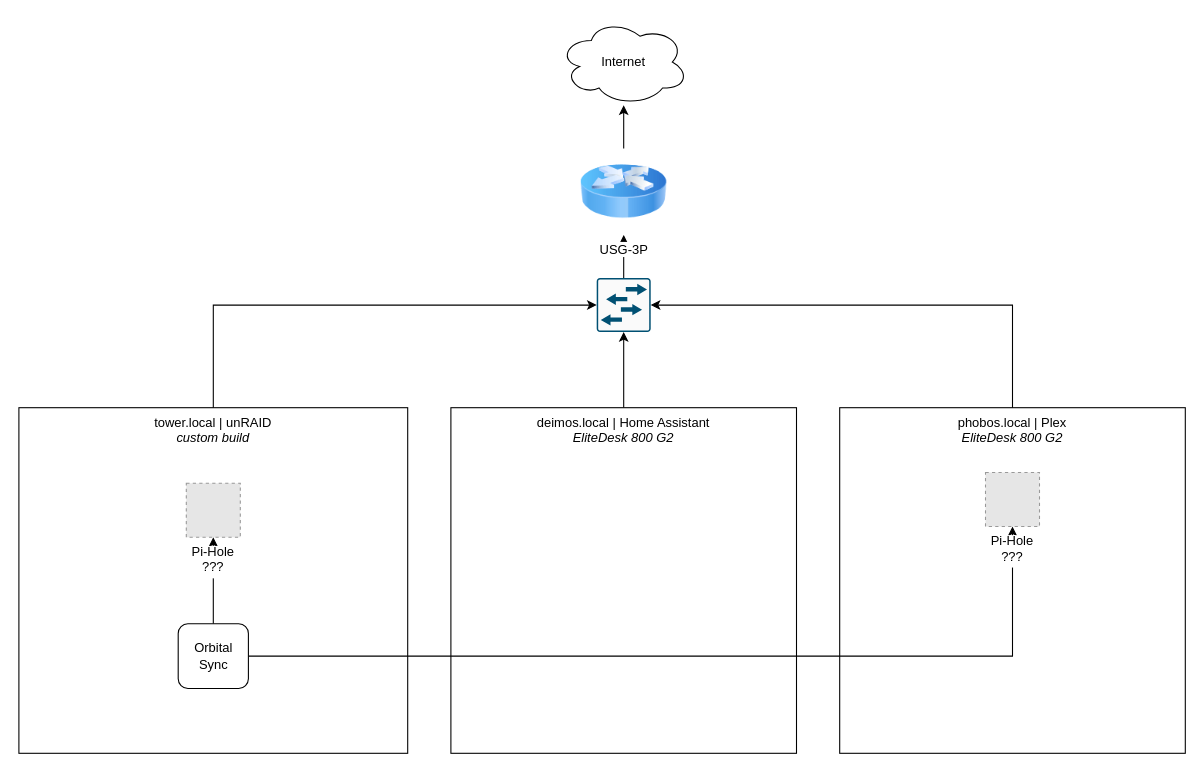
Above: homelab.drawio in thecomalley/homelab (draw.io), before the change. Source tidied: cells renumbered, new cells numbered last; positions are measured from the earlier drawing's top-left corner, leaving out a move shared by most shapes. Both pictures are drawn from the tidied source at 108%, with x=0, y=0 at pixel (18, 18). Pictures stored in the file or linked from it are replaced by grey dashed boxes.
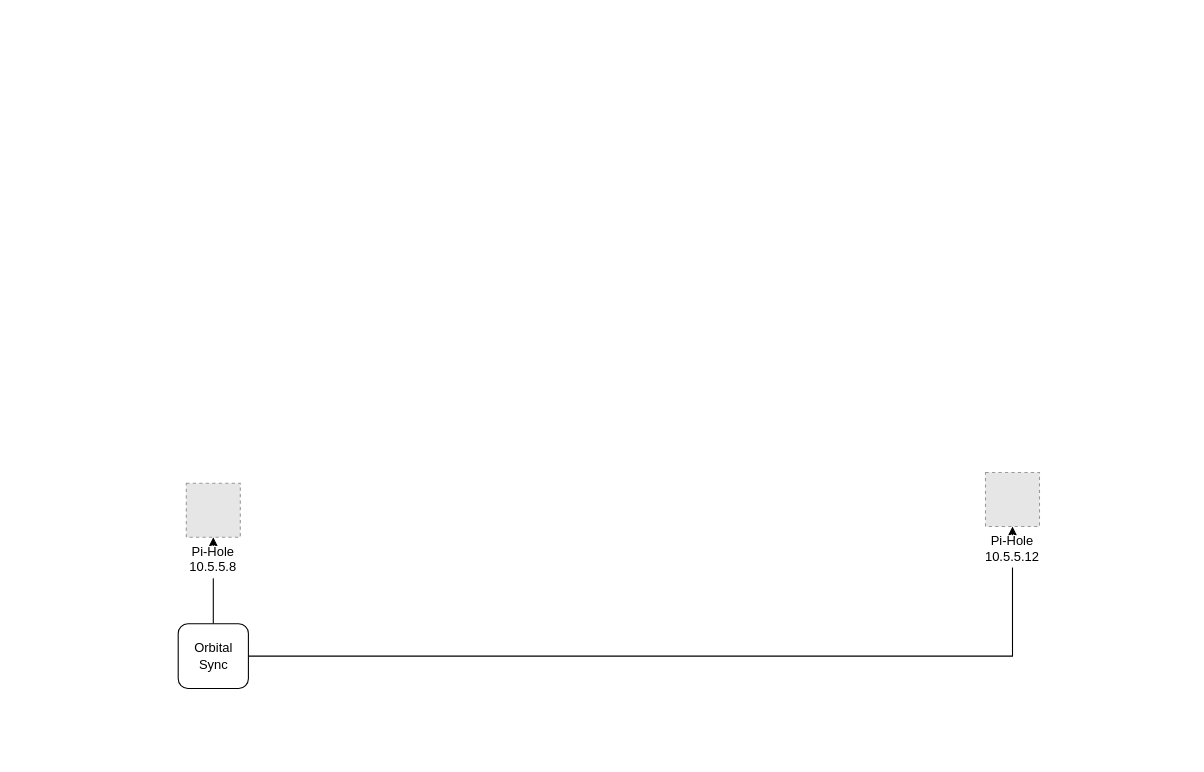
The same page after the edit.

The edit, as a diff of the source:
```diff
@@
-    <mxCell id="2" parent="0" />
-    <mxCell id="3" value="Internet" style="ellipse;shape=cloud;whiteSpace=wrap;html=1;" parent="2" vertex="1">
-      <mxGeometry x="500" width="120" height="80" as="geometry" />
-    </mxCell>
-    <mxCell id="4" value="&lt;div&gt;tower.local | unRAID&lt;br&gt;&lt;/div&gt;&lt;div&gt;&lt;i&gt;custom build&lt;/i&gt;&lt;br&gt;&lt;/div&gt;" style="rounded=0;whiteSpace=wrap;html=1;verticalAlign=top;" parent="2" vertex="1">
-      <mxGeometry y="360" width="360" height="320" as="geometry" />
-    </mxCell>
-    <mxCell id="5" value="&lt;div&gt;phobos.local | Plex&lt;br&gt;&lt;/div&gt;&lt;i&gt;EliteDesk 800 G2&lt;/i&gt;" style="rounded=0;whiteSpace=wrap;html=1;verticalAlign=top;" parent="2" vertex="1">
-      <mxGeometry x="760" y="360" width="320" height="320" as="geometry" />
-    </mxCell>
-    <mxCell id="6" style="edgeStyle=orthogonalEdgeStyle;rounded=0;jettySize=auto;html=1;" parent="2" edge="1" source="7" target="9">
-      <mxGeometry relative="1" as="geometry" />
-    </mxCell>
-    <mxCell id="7" value="&lt;div&gt;deimos.local | Home Assistant&lt;br&gt;&lt;/div&gt;&lt;div&gt;&lt;i&gt;EliteDesk 800 G2&lt;/i&gt;&lt;/div&gt;" style="rounded=0;whiteSpace=wrap;html=1;verticalAlign=top;" parent="2" vertex="1">
-      <mxGeometry x="400" y="360" width="320" height="320" as="geometry" />
-    </mxCell>
-    <mxCell id="8" style="edgeStyle=orthogonalEdgeStyle;rounded=0;jettySize=auto;html=1;" parent="2" edge="1" source="9" target="11">
-      <mxGeometry relative="1" as="geometry" />
-    </mxCell>
-    <mxCell id="9" style="sketch=0;points=[[0.015,0.015,0],[0.985,0.015,0],[0.985,0.985,0],[0.015,0.985,0],[0.25,0,0],[0.5,0,0],[0.75,0,0],[1,0.25,0],[1,0.5,0],[1,0.75,0],[0.75,1,0],[0.5,1,0],[0.25,1,0],[0,0.75,0],[0,0.5,0],[0,0.25,0]];verticalLabelPosition=bottom;html=1;verticalAlign=top;align=center;shape=mxgraph.cisco19.rect;prIcon=l2_switch;fillColor=#FAFAFA;strokeColor=#005073;" parent="2" vertex="1">
-      <mxGeometry x="535" y="240" width="50" height="50" as="geometry" />
-    </mxCell>
-    <mxCell id="10" style="edgeStyle=orthogonalEdgeStyle;rounded=0;jettySize=auto;html=1;" parent="2" edge="1" source="11" target="3">
-      <mxGeometry relative="1" as="geometry" />
-    </mxCell>
-    <mxCell id="11" value="USG-3P" style="image;html=1;image=img/lib/clip_art/networking/Router_Icon_128x128.png;labelBorderColor=none;labelBackgroundColor=default;" parent="2" vertex="1">
-      <mxGeometry x="520" y="120" width="80" height="80" as="geometry" />
-    </mxCell>
-    <mxCell id="12" style="edgeStyle=orthogonalEdgeStyle;rounded=0;jettySize=auto;html=1;entryX=0;entryY=0.5;entryDx=0;entryDy=0;entryPerimeter=0;" parent="2" edge="1" source="4" target="9">
-      <mxGeometry relative="1" as="geometry">
-        <Array as="points">
-          <mxPoint x="180" y="265" />
-        </Array>
-      </mxGeometry>
-    </mxCell>
-    <mxCell id="13" style="edgeStyle=orthogonalEdgeStyle;rounded=0;jettySize=auto;html=1;entryX=1;entryY=0.5;entryDx=0;entryDy=0;entryPerimeter=0;" parent="2" edge="1" source="5" target="9">
-      <mxGeometry relative="1" as="geometry">
-        <Array as="points">
-          <mxPoint x="920" y="265" />
-        </Array>
-      </mxGeometry>
-    </mxCell>
@@
-    <mxCell id="18" value="Pi-Hole&#10;???&#10;" style="fillColor=#E6E6E6;strokeColor=#999999;dashed=1;verticalLabelPosition=bottom;labelBackgroundColor=default;verticalAlign=top;" parent="14" vertex="1">
+    <mxCell id="18" value="Pi-Hole&#10;10.5.5.8&#10;" style="fillColor=#E6E6E6;strokeColor=#999999;dashed=1;verticalLabelPosition=bottom;labelBackgroundColor=default;verticalAlign=top;fontStyle=0;" parent="14" vertex="1">
       <mxGeometry x="155" y="430" width="50" height="50" as="geometry" />
     </mxCell>
-    <mxCell id="19" value="Pi-Hole&#10;???&#10;" style="fillColor=#E6E6E6;strokeColor=#999999;dashed=1;verticalLabelPosition=bottom;labelBackgroundColor=default;verticalAlign=top;" parent="14" vertex="1">
+    <mxCell id="19" value="Pi-Hole&#10;10.5.5.12&#10;" style="fillColor=#E6E6E6;strokeColor=#999999;dashed=1;verticalLabelPosition=bottom;labelBackgroundColor=default;verticalAlign=top;" parent="14" vertex="1">
       <mxGeometry x="895" y="420" width="50" height="50" as="geometry" />
     </mxCell>
```
